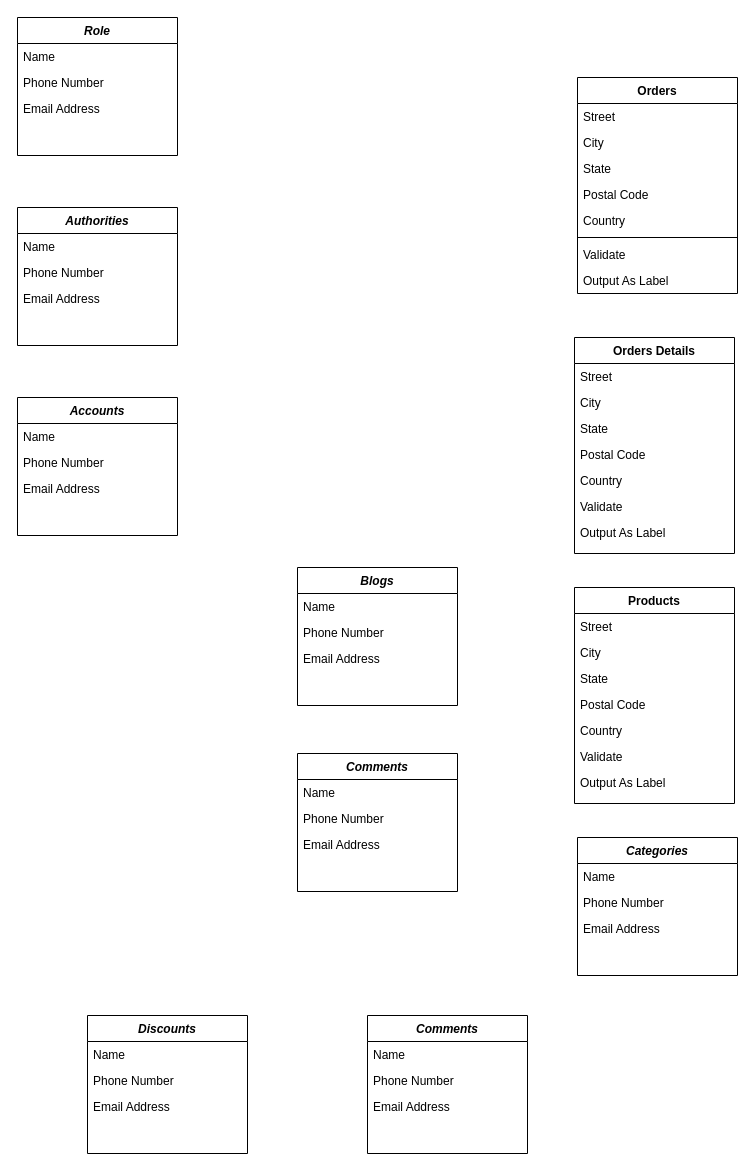
The draw.io diagram DATN_Document/Biểu đồ không có tiêu đề.drawio in khanhnh2420/DATN-GameVH-Store, before the edit. Source tidied: cells renumbered, new cells numbered last; positions are measured from the earlier drawing's top-left corner, leaving out a move shared by most shapes. Both pictures are drawn from the tidied source at 100%, with x=0, y=0 at pixel (17, 17).
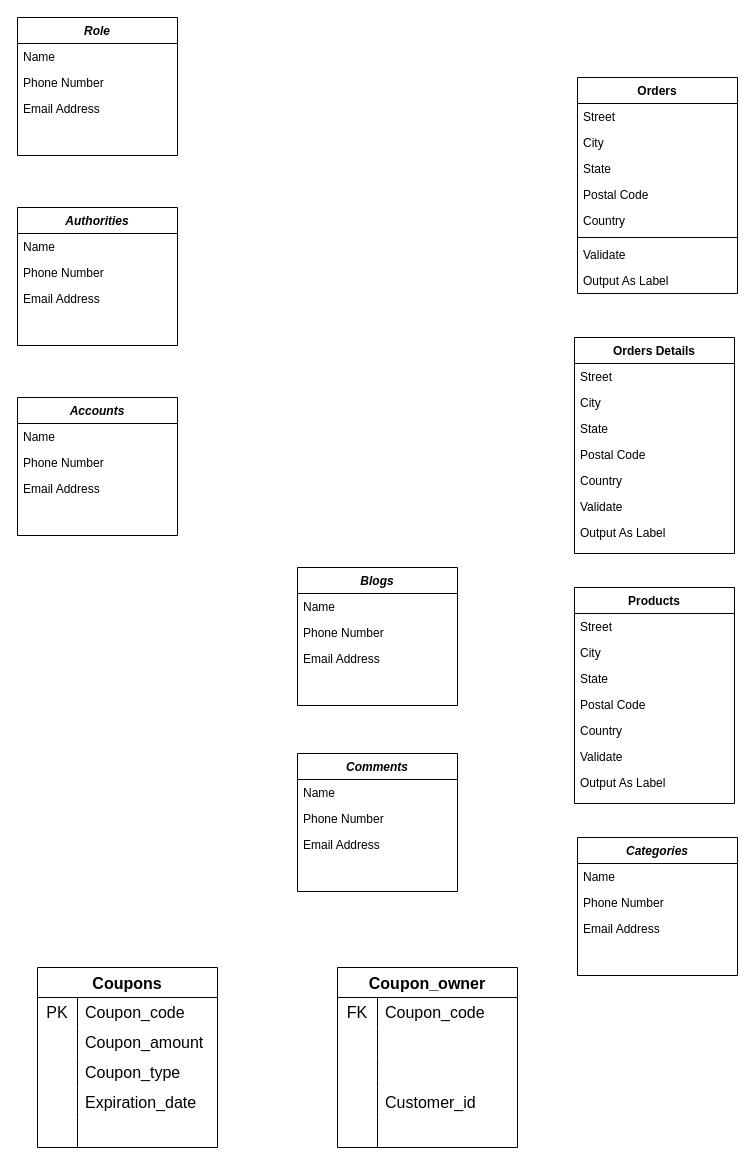
Above is the later version.

Commit message (it also covers changes not shown here):
Cập nhật Biểu đồ không có tiêu đề.drawio

Diff of the diagram source:
```diff
@@
-    <mxCell id="51" value="Discounts" style="swimlane;fontStyle=3;align=center;verticalAlign=top;horizontal=1;startSize=26;rounded=0;shadow=0;strokeWidth=1;" parent="1" vertex="1">
-      <mxGeometry x="70" y="998" width="160" height="138" as="geometry" />
-    </mxCell>
-    <mxCell id="52" value="Name" style="text;align=left;verticalAlign=top;spacingLeft=4;spacingRight=4;overflow=hidden;" parent="51" vertex="1">
-      <mxGeometry y="26" width="160" height="26" as="geometry" />
-    </mxCell>
-    <mxCell id="53" value="Phone Number" style="text;align=left;verticalAlign=top;spacingLeft=4;spacingRight=4;overflow=hidden;rounded=0;shadow=0;html=0;" parent="51" vertex="1">
-      <mxGeometry y="52" width="160" height="26" as="geometry" />
-    </mxCell>
-    <mxCell id="54" value="Email Address" style="text;align=left;verticalAlign=top;spacingLeft=4;spacingRight=4;overflow=hidden;rounded=0;shadow=0;html=0;" parent="51" vertex="1">
-      <mxGeometry y="78" width="160" height="26" as="geometry" />
-    </mxCell>
-    <mxCell id="55" value="Comments" style="swimlane;fontStyle=3;align=center;verticalAlign=top;horizontal=1;startSize=26;rounded=0;shadow=0;strokeWidth=1;" parent="1" vertex="1">
-      <mxGeometry x="350" y="998" width="160" height="138" as="geometry" />
-    </mxCell>
-    <mxCell id="56" value="Name" style="text;align=left;verticalAlign=top;spacingLeft=4;spacingRight=4;overflow=hidden;" parent="55" vertex="1">
-      <mxGeometry y="26" width="160" height="26" as="geometry" />
-    </mxCell>
-    <mxCell id="57" value="Phone Number" style="text;align=left;verticalAlign=top;spacingLeft=4;spacingRight=4;overflow=hidden;rounded=0;shadow=0;html=0;" parent="55" vertex="1">
-      <mxGeometry y="52" width="160" height="26" as="geometry" />
-    </mxCell>
-    <mxCell id="58" value="Email Address" style="text;align=left;verticalAlign=top;spacingLeft=4;spacingRight=4;overflow=hidden;rounded=0;shadow=0;html=0;" parent="55" vertex="1">
-      <mxGeometry y="78" width="160" height="26" as="geometry" />
-    </mxCell>
+    <mxCell id="59" value="Coupons" style="shape=table;startSize=30;childLayout=tableLayout;rowLines=0;fontStyle=1;strokeColor=default;fontSize=16;" parent="1" vertex="1">
+      <mxGeometry x="20" y="950" width="180" height="180" as="geometry" />
+    </mxCell>
+    <mxCell id="60" style="shape=tableRow;horizontal=0;startSize=0;swimlaneHead=0;swimlaneBody=0;top=0;left=0;bottom=0;right=0;fillColor=none;strokeColor=inherit;fontSize=16;" parent="59" vertex="1">
+      <mxGeometry y="30" width="180" height="30" as="geometry" />
+    </mxCell>
+    <mxCell id="61" value="PK" style="shape=partialRectangle;html=1;whiteSpace=wrap;fillColor=none;top=0;left=0;bottom=0;right=0;overflow=hidden;strokeColor=inherit;fontSize=16;" parent="60" vertex="1">
+      <mxGeometry width="40" height="30" as="geometry" />
+    </mxCell>
+    <mxCell id="62" value="Coupon_code" style="shape=partialRectangle;html=1;whiteSpace=wrap;fillColor=none;top=0;left=0;bottom=0;right=0;align=left;spacingLeft=6;overflow=hidden;strokeColor=inherit;fontSize=16;" parent="60" vertex="1">
+      <mxGeometry x="40" width="140" height="30" as="geometry" />
+    </mxCell>
+    <mxCell id="63" style="shape=tableRow;horizontal=0;startSize=0;swimlaneHead=0;swimlaneBody=0;top=0;left=0;bottom=0;right=0;fillColor=none;strokeColor=inherit;fontSize=16;" parent="59" vertex="1">
+      <mxGeometry y="60" width="180" height="30" as="geometry" />
+    </mxCell>
+    <mxCell id="64" style="shape=partialRectangle;html=1;whiteSpace=wrap;fillColor=none;top=0;left=0;bottom=0;right=0;overflow=hidden;strokeColor=inherit;fontSize=16;" parent="63" vertex="1">
+      <mxGeometry width="40" height="30" as="geometry" />
+    </mxCell>
+    <mxCell id="65" value="Coupon_amount" style="shape=partialRectangle;html=1;whiteSpace=wrap;fillColor=none;top=0;left=0;bottom=0;right=0;align=left;spacingLeft=6;overflow=hidden;strokeColor=inherit;fontSize=16;" parent="63" vertex="1">
+      <mxGeometry x="40" width="140" height="30" as="geometry" />
+    </mxCell>
+    <mxCell id="66" style="shape=tableRow;horizontal=0;startSize=0;swimlaneHead=0;swimlaneBody=0;top=0;left=0;bottom=0;right=0;fillColor=none;strokeColor=inherit;fontSize=16;" parent="59" vertex="1">
+      <mxGeometry y="90" width="180" height="30" as="geometry" />
+    </mxCell>
+    <mxCell id="67" style="shape=partialRectangle;html=1;whiteSpace=wrap;fillColor=none;top=0;left=0;bottom=0;right=0;overflow=hidden;strokeColor=inherit;fontSize=16;" parent="66" vertex="1">
+      <mxGeometry width="40" height="30" as="geometry" />
+    </mxCell>
+    <mxCell id="68" value="Coupon_type" style="shape=partialRectangle;html=1;whiteSpace=wrap;fillColor=none;top=0;left=0;bottom=0;right=0;align=left;spacingLeft=6;overflow=hidden;strokeColor=inherit;fontSize=16;" parent="66" vertex="1">
+      <mxGeometry x="40" width="140" height="30" as="geometry" />
+    </mxCell>
+    <mxCell id="69" style="shape=tableRow;horizontal=0;startSize=0;swimlaneHead=0;swimlaneBody=0;top=0;left=0;bottom=0;right=0;fillColor=none;strokeColor=inherit;fontSize=16;" parent="59" vertex="1">
+      <mxGeometry y="120" width="180" height="30" as="geometry" />
+    </mxCell>
+    <mxCell id="70" style="shape=partialRectangle;html=1;whiteSpace=wrap;fillColor=none;top=0;left=0;bottom=0;right=0;overflow=hidden;strokeColor=inherit;fontSize=16;" parent="69" vertex="1">
+      <mxGeometry width="40" height="30" as="geometry" />
+    </mxCell>
+    <mxCell id="71" value="Expiration_date" style="shape=partialRectangle;html=1;whiteSpace=wrap;fillColor=none;top=0;left=0;bottom=0;right=0;align=left;spacingLeft=6;overflow=hidden;strokeColor=inherit;fontSize=16;" parent="69" vertex="1">
+      <mxGeometry x="40" width="140" height="30" as="geometry" />
+    </mxCell>
+    <mxCell id="72" style="shape=tableRow;horizontal=0;startSize=0;swimlaneHead=0;swimlaneBody=0;top=0;left=0;bottom=0;right=0;fillColor=none;strokeColor=inherit;fontSize=16;" parent="59" vertex="1">
+      <mxGeometry y="150" width="180" height="30" as="geometry" />
+    </mxCell>
+    <mxCell id="73" style="shape=partialRectangle;html=1;whiteSpace=wrap;fillColor=none;top=0;left=0;bottom=0;right=0;overflow=hidden;strokeColor=inherit;fontSize=16;" parent="72" vertex="1">
+      <mxGeometry width="40" height="30" as="geometry" />
+    </mxCell>
+    <mxCell id="74" style="shape=partialRectangle;html=1;whiteSpace=wrap;fillColor=none;top=0;left=0;bottom=0;right=0;align=left;spacingLeft=6;overflow=hidden;strokeColor=inherit;fontSize=16;" parent="72" vertex="1">
+      <mxGeometry x="40" width="140" height="30" as="geometry" />
+    </mxCell>
+    <mxCell id="75" value="Coupon_owner" style="shape=table;startSize=30;childLayout=tableLayout;rowLines=0;fontStyle=1;strokeColor=default;fontSize=16;" parent="1" vertex="1">
+      <mxGeometry x="320" y="950" width="180" height="180" as="geometry" />
+    </mxCell>
+    <mxCell id="76" style="shape=tableRow;horizontal=0;startSize=0;swimlaneHead=0;swimlaneBody=0;top=0;left=0;bottom=0;right=0;fillColor=none;strokeColor=inherit;fontSize=16;" parent="75" vertex="1">
+      <mxGeometry y="30" width="180" height="30" as="geometry" />
+    </mxCell>
+    <mxCell id="77" value="FK" style="shape=partialRectangle;html=1;whiteSpace=wrap;fillColor=none;top=0;left=0;bottom=0;right=0;overflow=hidden;strokeColor=inherit;fontSize=16;" parent="76" vertex="1">
+      <mxGeometry width="40" height="30" as="geometry" />
+    </mxCell>
+    <mxCell id="78" value="Coupon_code" style="shape=partialRectangle;html=1;whiteSpace=wrap;fillColor=none;top=0;left=0;bottom=0;right=0;align=left;spacingLeft=6;overflow=hidden;strokeColor=inherit;fontSize=16;" parent="76" vertex="1">
+      <mxGeometry x="40" width="140" height="30" as="geometry" />
+    </mxCell>
+    <mxCell id="79" style="shape=tableRow;horizontal=0;startSize=0;swimlaneHead=0;swimlaneBody=0;top=0;left=0;bottom=0;right=0;fillColor=none;strokeColor=inherit;fontSize=16;" parent="75" vertex="1">
+      <mxGeometry y="60" width="180" height="30" as="geometry" />
+    </mxCell>
+    <mxCell id="80" style="shape=partialRectangle;html=1;whiteSpace=wrap;fillColor=none;top=0;left=0;bottom=0;right=0;overflow=hidden;strokeColor=inherit;fontSize=16;" parent="79" vertex="1">
+      <mxGeometry width="40" height="30" as="geometry" />
+    </mxCell>
+    <mxCell id="81" style="shape=partialRectangle;html=1;whiteSpace=wrap;fillColor=none;top=0;left=0;bottom=0;right=0;align=left;spacingLeft=6;overflow=hidden;strokeColor=inherit;fontSize=16;" parent="79" vertex="1">
+      <mxGeometry x="40" width="140" height="30" as="geometry" />
+    </mxCell>
+    <mxCell id="82" style="shape=tableRow;horizontal=0;startSize=0;swimlaneHead=0;swimlaneBody=0;top=0;left=0;bottom=0;right=0;fillColor=none;strokeColor=inherit;fontSize=16;" parent="75" vertex="1">
+      <mxGeometry y="90" width="180" height="30" as="geometry" />
+    </mxCell>
+    <mxCell id="83" style="shape=partialRectangle;html=1;whiteSpace=wrap;fillColor=none;top=0;left=0;bottom=0;right=0;overflow=hidden;strokeColor=inherit;fontSize=16;" parent="82" vertex="1">
+      <mxGeometry width="40" height="30" as="geometry" />
+    </mxCell>
+    <mxCell id="84" style="shape=partialRectangle;html=1;whiteSpace=wrap;fillColor=none;top=0;left=0;bottom=0;right=0;align=left;spacingLeft=6;overflow=hidden;strokeColor=inherit;fontSize=16;" parent="82" vertex="1">
+      <mxGeometry x="40" width="140" height="30" as="geometry" />
+    </mxCell>
+    <mxCell id="85" style="shape=tableRow;horizontal=0;startSize=0;swimlaneHead=0;swimlaneBody=0;top=0;left=0;bottom=0;right=0;fillColor=none;strokeColor=inherit;fontSize=16;" parent="75" vertex="1">
+      <mxGeometry y="120" width="180" height="30" as="geometry" />
+    </mxCell>
+    <mxCell id="86" style="shape=partialRectangle;html=1;whiteSpace=wrap;fillColor=none;top=0;left=0;bottom=0;right=0;overflow=hidden;strokeColor=inherit;fontSize=16;" parent="85" vertex="1">
+      <mxGeometry width="40" height="30" as="geometry" />
+    </mxCell>
+    <mxCell id="87" value="Customer_id" style="shape=partialRectangle;html=1;whiteSpace=wrap;fillColor=none;top=0;left=0;bottom=0;right=0;align=left;spacingLeft=6;overflow=hidden;strokeColor=inherit;fontSize=16;" parent="85" vertex="1">
+      <mxGeometry x="40" width="140" height="30" as="geometry" />
+    </mxCell>
+    <mxCell id="88" style="shape=tableRow;horizontal=0;startSize=0;swimlaneHead=0;swimlaneBody=0;top=0;left=0;bottom=0;right=0;fillColor=none;strokeColor=inherit;fontSize=16;" parent="75" vertex="1">
+      <mxGeometry y="150" width="180" height="30" as="geometry" />
+    </mxCell>
+    <mxCell id="89" style="shape=partialRectangle;html=1;whiteSpace=wrap;fillColor=none;top=0;left=0;bottom=0;right=0;overflow=hidden;strokeColor=inherit;fontSize=16;" parent="88" vertex="1">
+      <mxGeometry width="40" height="30" as="geometry" />
+    </mxCell>
+    <mxCell id="90" style="shape=partialRectangle;html=1;whiteSpace=wrap;fillColor=none;top=0;left=0;bottom=0;right=0;align=left;spacingLeft=6;overflow=hidden;strokeColor=inherit;fontSize=16;" parent="88" vertex="1">
+      <mxGeometry x="40" width="140" height="30" as="geometry" />
+    </mxCell>
```
